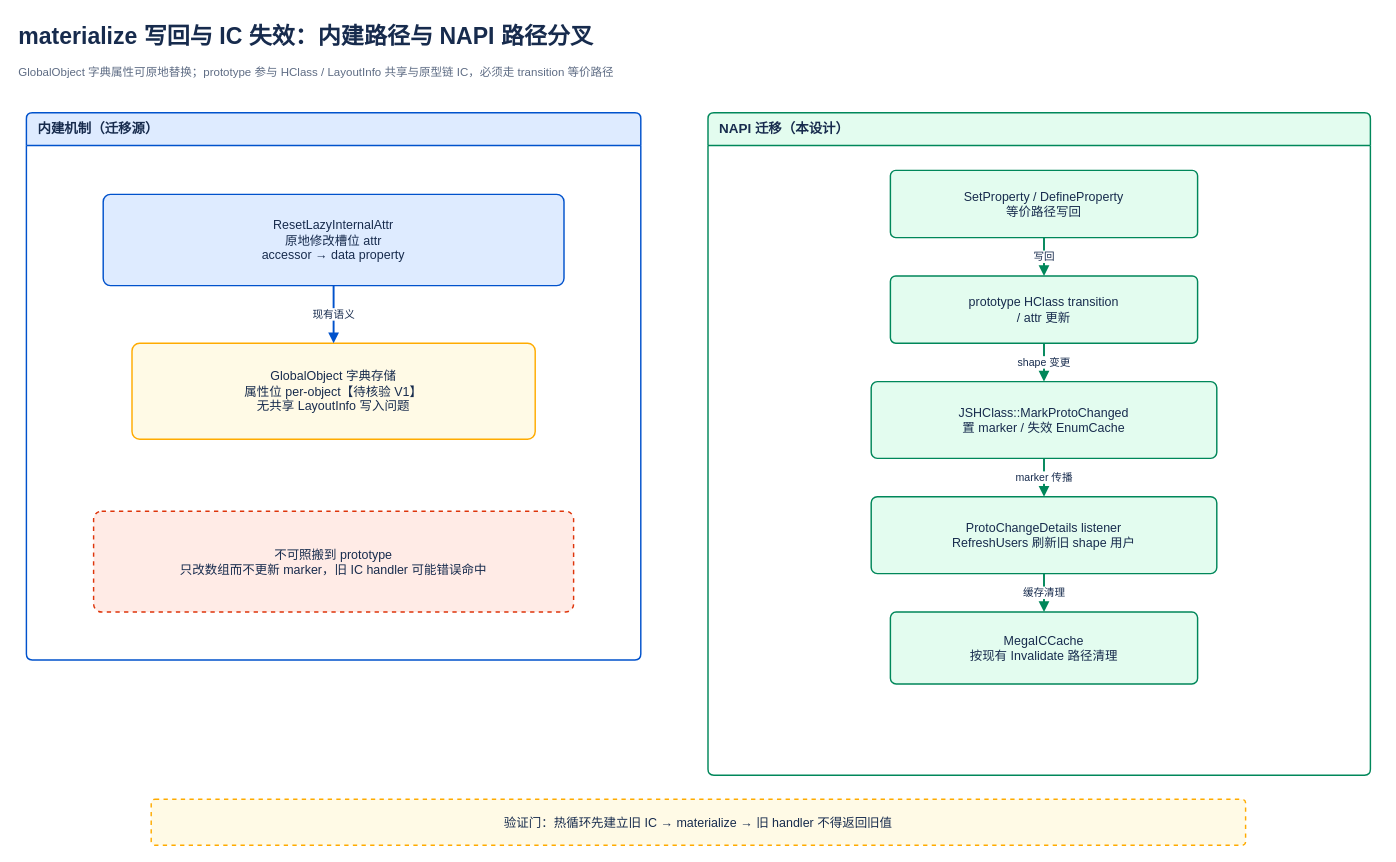
Earlier version of the draw.io diagram hidden-class-comparison/detailed-proposals/native-interop-lazy-binding/napi-lazy-binding-ic-invalidation-flow.drawio (xuanjiazhen/invest). Source tidied: cells renumbered, new cells numbered last; positions are measured from the earlier drawing's top-left corner, leaving out a move shared by most shapes. Both pictures are drawn from the tidied source at 96%, with x=0, y=0 at pixel (16, 16).
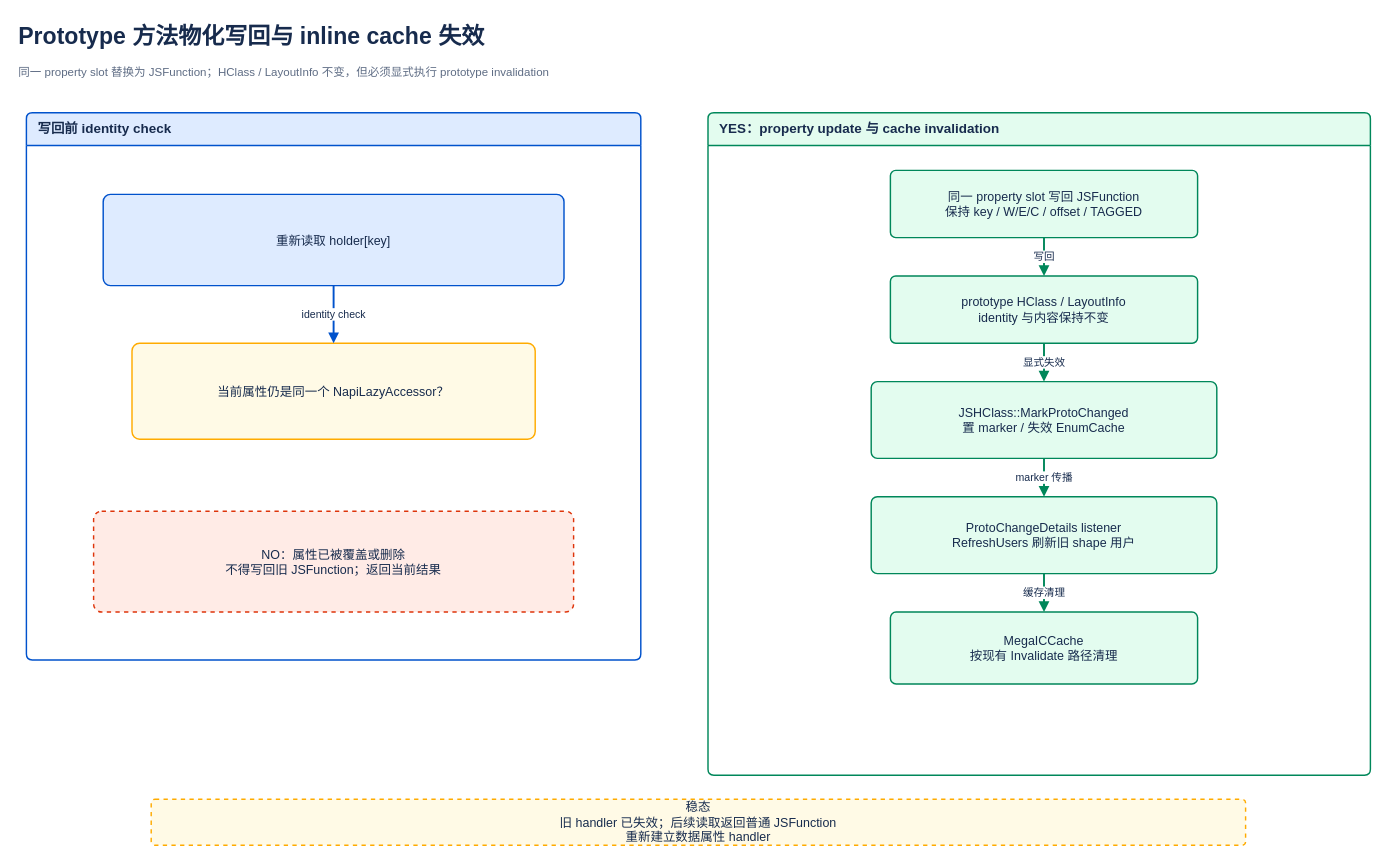
The same diagram, later.

What changed in the source:
```diff
@@
 <mxGraphModel>
   <root>
     <mxCell id="0" />
     <mxCell id="1" parent="0" />
-    <mxCell id="2" value="materialize 写回与 IC 失效：内建路径与 NAPI 路径分叉" style="text;html=1;strokeColor=none;fillColor=none;align=left;verticalAlign=middle;fontSize=24;fontStyle=1;fontColor=#172B4D;whiteSpace=wrap;" parent="1" vertex="1">
+    <mxCell id="2" value="Prototype 方法物化写回与 inline cache 失效" style="text;html=1;strokeColor=none;fillColor=none;align=left;verticalAlign=middle;fontSize=24;fontStyle=1;fontColor=#172B4D;whiteSpace=wrap;" parent="1" vertex="1">
       <mxGeometry width="1420" height="42" as="geometry" />
     </mxCell>
-    <mxCell id="3" value="GlobalObject 字典属性可原地替换；prototype 参与 HClass / LayoutInfo 共享与原型链 IC，必须走 transition 等价路径" style="text;html=1;strokeColor=none;fillColor=none;align=left;verticalAlign=top;fontSize=12;fontColor=#5E6C84;whiteSpace=wrap;" parent="1" vertex="1">
+    <mxCell id="3" value="同一 property slot 替换为 JSFunction；HClass / LayoutInfo 不变，但必须显式执行 prototype invalidation" style="text;html=1;strokeColor=none;fillColor=none;align=left;verticalAlign=top;fontSize=12;fontColor=#5E6C84;whiteSpace=wrap;" parent="1" vertex="1">
       <mxGeometry y="44" width="1420" height="34" as="geometry" />
     </mxCell>
-    <mxCell id="4" value="内建机制（迁移源）" style="swimlane;html=1;horizontal=1;startSize=34;rounded=1;arcSize=6;fillColor=#DEEBFF;swimlaneFillColor=#FFFFFF;strokeColor=#0052CC;strokeWidth=1.5;fontSize=14;fontStyle=1;fontColor=#172B4D;align=left;spacingLeft=10;" parent="1" vertex="1">
+    <mxCell id="4" value="写回前 identity check" style="swimlane;html=1;horizontal=1;startSize=34;rounded=1;arcSize=6;fillColor=#DEEBFF;swimlaneFillColor=#FFFFFF;strokeColor=#0052CC;strokeWidth=1.5;fontSize=14;fontStyle=1;fontColor=#172B4D;align=left;spacingLeft=10;" parent="1" vertex="1">
       <mxGeometry x="10" y="100" width="640" height="570" as="geometry" />
     </mxCell>
-    <mxCell id="5" value="ResetLazyInternalAttr&lt;br&gt;原地修改槽位 attr&lt;br&gt;accessor → data property" style="rounded=1;arcSize=8;whiteSpace=wrap;html=1;align=center;verticalAlign=middle;fontSize=13;spacing=8;fillColor=#DEEBFF;strokeColor=#0052CC;strokeWidth=1.5;fontColor=#172B4D;" parent="1" vertex="1">
+    <mxCell id="5" value="重新读取 holder[key]" style="rounded=1;arcSize=8;whiteSpace=wrap;html=1;align=center;verticalAlign=middle;fontSize=13;spacing=8;fillColor=#DEEBFF;strokeColor=#0052CC;strokeWidth=1.5;fontColor=#172B4D;" parent="1" vertex="1">
       <mxGeometry x="90" y="185" width="480" height="95" as="geometry" />
     </mxCell>
-    <mxCell id="6" value="GlobalObject 字典存储&lt;br&gt;属性位 per-object【待核验 V1】&lt;br&gt;无共享 LayoutInfo 写入问题" style="rounded=1;arcSize=8;whiteSpace=wrap;html=1;align=center;verticalAlign=middle;fontSize=13;spacing=8;fillColor=#FFFAE6;strokeColor=#FFAB00;strokeWidth=1.5;fontColor=#172B4D;" parent="1" vertex="1">
+    <mxCell id="6" value="当前属性仍是同一个 NapiLazyAccessor？" style="rounded=1;arcSize=8;whiteSpace=wrap;html=1;align=center;verticalAlign=middle;fontSize=13;spacing=8;fillColor=#FFFAE6;strokeColor=#FFAB00;strokeWidth=1.5;fontColor=#172B4D;" parent="1" vertex="1">
       <mxGeometry x="120" y="340" width="420" height="100" as="geometry" />
     </mxCell>
-    <mxCell id="7" value="现有语义" style="edgeStyle=orthogonalEdgeStyle;rounded=0;jettySize=auto;html=1;strokeColor=#0052CC;strokeWidth=2;endArrow=block;endFill=1;fontSize=11;fontColor=#172B4D;labelBackgroundColor=#FFFFFF;exitX=0.5;exitY=1;entryX=0.5;entryY=0;" parent="1" edge="1" source="5" target="6">
+    <mxCell id="7" value="identity check" style="edgeStyle=orthogonalEdgeStyle;rounded=0;jettySize=auto;html=1;strokeColor=#0052CC;strokeWidth=2;endArrow=block;endFill=1;fontSize=11;fontColor=#172B4D;labelBackgroundColor=#FFFFFF;exitX=0.5;exitY=1;entryX=0.5;entryY=0;" parent="1" edge="1" source="5" target="6">
       <mxGeometry relative="1" as="geometry" />
     </mxCell>
-    <mxCell id="8" value="不可照搬到 prototype&lt;br&gt;只改数组而不更新 marker，旧 IC handler 可能错误命中" style="rounded=1;arcSize=8;whiteSpace=wrap;html=1;align=center;verticalAlign=middle;fontSize=13;spacing=8;fillColor=#FFEBE6;strokeColor=#DE350B;strokeWidth=1.5;fontColor=#172B4D;dashed=1;" parent="1" vertex="1">
+    <mxCell id="8" value="NO：属性已被覆盖或删除&lt;div&gt;不得写回旧 JSFunction；返回当前结果&lt;/div&gt;" style="rounded=1;arcSize=8;whiteSpace=wrap;html=1;align=center;verticalAlign=middle;fontSize=13;spacing=8;fillColor=#FFEBE6;strokeColor=#DE350B;strokeWidth=1.5;fontColor=#172B4D;dashed=1;" parent="1" vertex="1">
       <mxGeometry x="80" y="515" width="500" height="105" as="geometry" />
     </mxCell>
-    <mxCell id="9" value="NAPI 迁移（本设计）" style="swimlane;html=1;horizontal=1;startSize=34;rounded=1;arcSize=6;fillColor=#E3FCEF;swimlaneFillColor=#FFFFFF;strokeColor=#00875A;strokeWidth=1.5;fontSize=14;fontStyle=1;fontColor=#172B4D;align=left;spacingLeft=10;" parent="1" vertex="1">
+    <mxCell id="9" value="YES：property update 与 cache invalidation" style="swimlane;html=1;horizontal=1;startSize=34;rounded=1;arcSize=6;fillColor=#E3FCEF;swimlaneFillColor=#FFFFFF;strokeColor=#00875A;strokeWidth=1.5;fontSize=14;fontStyle=1;fontColor=#172B4D;align=left;spacingLeft=10;" parent="1" vertex="1">
       <mxGeometry x="720" y="100" width="690" height="690" as="geometry" />
     </mxCell>
-    <mxCell id="10" value="SetProperty / DefineProperty&lt;br&gt;等价路径写回" style="rounded=1;arcSize=8;whiteSpace=wrap;html=1;align=center;verticalAlign=middle;fontSize=13;spacing=8;fillColor=#E3FCEF;strokeColor=#00875A;strokeWidth=1.5;fontColor=#172B4D;" parent="1" vertex="1">
+    <mxCell id="10" value="同一 property slot 写回 JSFunction&lt;br&gt;保持 key / W/E/C / offset / TAGGED" style="rounded=1;arcSize=8;whiteSpace=wrap;html=1;align=center;verticalAlign=middle;fontSize=13;spacing=8;fillColor=#E3FCEF;strokeColor=#00875A;strokeWidth=1.5;fontColor=#172B4D;" parent="1" vertex="1">
       <mxGeometry x="910" y="160" width="320" height="70" as="geometry" />
     </mxCell>
-    <mxCell id="11" value="prototype HClass transition&lt;br&gt;/ attr 更新" style="rounded=1;arcSize=8;whiteSpace=wrap;html=1;align=center;verticalAlign=middle;fontSize=13;spacing=8;fillColor=#E3FCEF;strokeColor=#00875A;strokeWidth=1.5;fontColor=#172B4D;" parent="1" vertex="1">
+    <mxCell id="11" value="prototype HClass / LayoutInfo&lt;br&gt;identity 与内容保持不变" style="rounded=1;arcSize=8;whiteSpace=wrap;html=1;align=center;verticalAlign=middle;fontSize=13;spacing=8;fillColor=#E3FCEF;strokeColor=#00875A;strokeWidth=1.5;fontColor=#172B4D;" parent="1" vertex="1">
       <mxGeometry x="910" y="270" width="320" height="70" as="geometry" />
     </mxCell>
     <mxCell id="12" value="JSHClass::MarkProtoChanged&lt;br&gt;置 marker / 失效 EnumCache" style="rounded=1;arcSize=8;whiteSpace=wrap;html=1;align=center;verticalAlign=middle;fontSize=13;spacing=8;fillColor=#E3FCEF;strokeColor=#00875A;strokeWidth=1.5;fontColor=#172B4D;" parent="1" vertex="1">
       <mxGeometry x="890" y="380" width="360" height="80" as="geometry" />
     </mxCell>
     <mxCell id="13" value="ProtoChangeDetails listener&lt;br&gt;RefreshUsers 刷新旧 shape 用户" style="rounded=1;arcSize=8;whiteSpace=wrap;html=1;align=center;verticalAlign=middle;fontSize=13;spacing=8;fillColor=#E3FCEF;strokeColor=#00875A;strokeWidth=1.5;fontColor=#172B4D;" parent="1" vertex="1">
       <mxGeometry x="890" y="500" width="360" height="80" as="geometry" />
     </mxCell>
     <mxCell id="14" value="MegaICCache&lt;br&gt;按现有 Invalidate 路径清理" style="rounded=1;arcSize=8;whiteSpace=wrap;html=1;align=center;verticalAlign=middle;fontSize=13;spacing=8;fillColor=#E3FCEF;strokeColor=#00875A;strokeWidth=1.5;fontColor=#172B4D;" parent="1" vertex="1">
       <mxGeometry x="910" y="620" width="320" height="75" as="geometry" />
     </mxCell>
     <mxCell id="15" value="写回" style="edgeStyle=orthogonalEdgeStyle;rounded=0;jettySize=auto;html=1;strokeColor=#00875A;strokeWidth=2;endArrow=block;endFill=1;fontSize=11;fontColor=#172B4D;labelBackgroundColor=#FFFFFF;exitX=0.5;exitY=1;entryX=0.5;entryY=0;" parent="1" edge="1" source="10" target="11">
       <mxGeometry relative="1" as="geometry" />
     </mxCell>
-    <mxCell id="16" value="shape 变更" style="edgeStyle=orthogonalEdgeStyle;rounded=0;jettySize=auto;html=1;strokeColor=#00875A;strokeWidth=2;endArrow=block;endFill=1;fontSize=11;fontColor=#172B4D;labelBackgroundColor=#FFFFFF;exitX=0.5;exitY=1;entryX=0.5;entryY=0;" parent="1" edge="1" source="11" target="12">
+    <mxCell id="16" value="显式失效" style="edgeStyle=orthogonalEdgeStyle;rounded=0;jettySize=auto;html=1;strokeColor=#00875A;strokeWidth=2;endArrow=block;endFill=1;fontSize=11;fontColor=#172B4D;labelBackgroundColor=#FFFFFF;exitX=0.5;exitY=1;entryX=0.5;entryY=0;" parent="1" edge="1" source="11" target="12">
       <mxGeometry relative="1" as="geometry" />
     </mxCell>
     <mxCell id="17" value="marker 传播" style="edgeStyle=orthogonalEdgeStyle;rounded=0;jettySize=auto;html=1;strokeColor=#00875A;strokeWidth=2;endArrow=block;endFill=1;fontSize=11;fontColor=#172B4D;labelBackgroundColor=#FFFFFF;exitX=0.5;exitY=1;entryX=0.5;entryY=0;" parent="1" edge="1" source="12" target="13">
       <mxGeometry relative="1" as="geometry" />
     </mxCell>
     <mxCell id="18" value="缓存清理" style="edgeStyle=orthogonalEdgeStyle;rounded=0;jettySize=auto;html=1;strokeColor=#00875A;strokeWidth=2;endArrow=block;endFill=1;fontSize=11;fontColor=#172B4D;labelBackgroundColor=#FFFFFF;exitX=0.5;exitY=1;entryX=0.5;entryY=0;" parent="1" edge="1" source="13" target="14">
       <mxGeometry relative="1" as="geometry" />
     </mxCell>
-    <mxCell id="19" value="验证门：热循环先建立旧 IC → materialize → 旧 handler 不得返回旧值" style="rounded=1;arcSize=8;whiteSpace=wrap;html=1;align=center;verticalAlign=middle;fontSize=13;spacing=8;fillColor=#FFFAE6;strokeColor=#FFAB00;strokeWidth=1.5;fontColor=#172B4D;dashed=1;" parent="1" vertex="1">
+    <mxCell id="19" value="稳态&lt;div&gt;旧 handler 已失效；后续读取返回普通 JSFunction&lt;/div&gt;&lt;div&gt;重新建立数据属性 handler&lt;/div&gt;" style="rounded=1;arcSize=8;whiteSpace=wrap;html=1;align=center;verticalAlign=middle;fontSize=13;spacing=8;fillColor=#FFFAE6;strokeColor=#FFAB00;strokeWidth=1.5;fontColor=#172B4D;dashed=1;" parent="1" vertex="1">
       <mxGeometry x="140" y="815" width="1140" height="48" as="geometry" />
     </mxCell>
   </root>
 </mxGraphModel>
```
